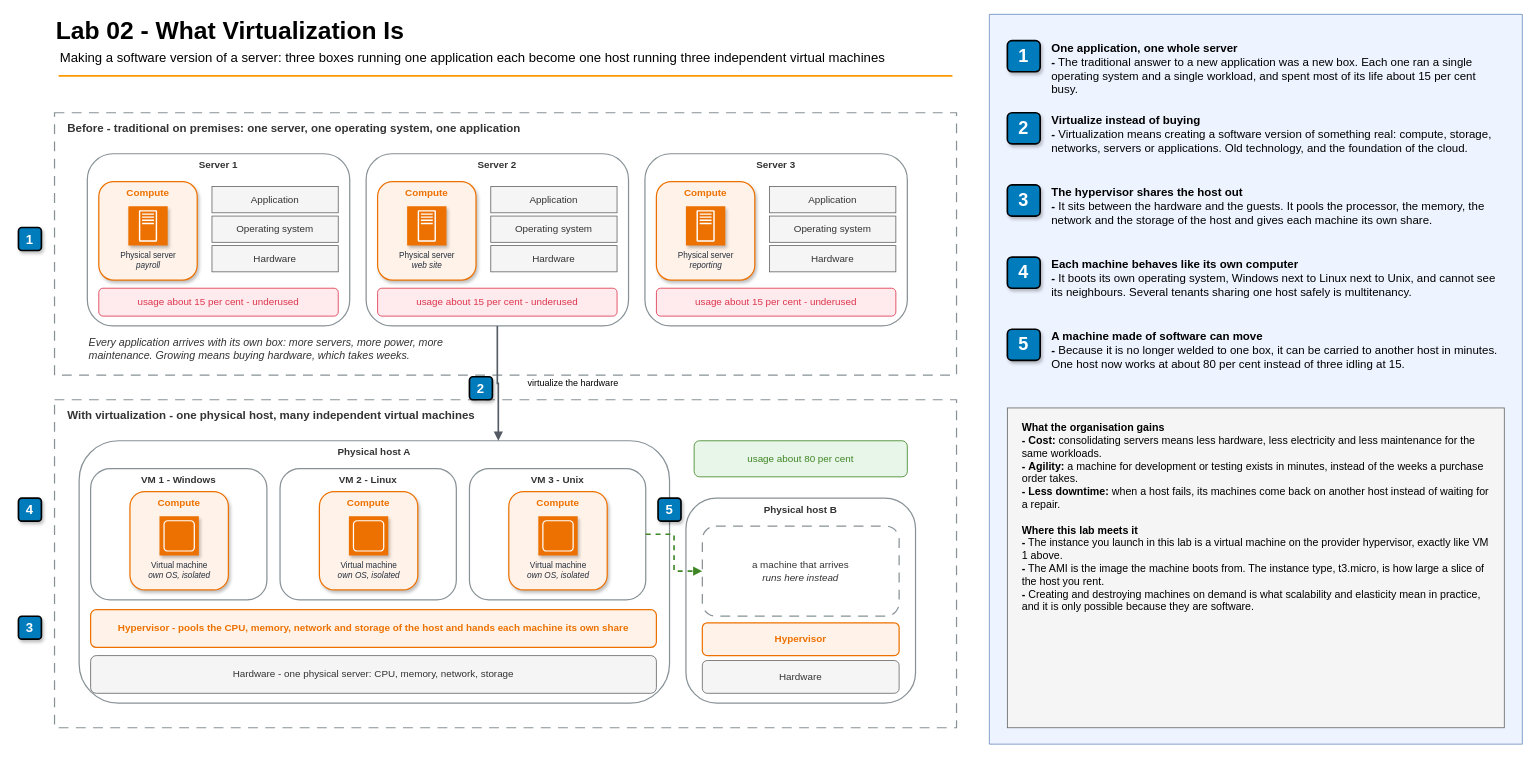
Before: 02-compute-ec2-basics/diagrams/lab02-virtualization.drawio in gamaware/system-design-course, a draw.io diagram. Source tidied: cells renumbered, new cells numbered last; positions are measured from the earlier drawing's top-left corner, leaving out a move shared by most shapes. Both pictures are drawn from the tidied source at 82%, with x=0, y=0 at pixel (18, 14).
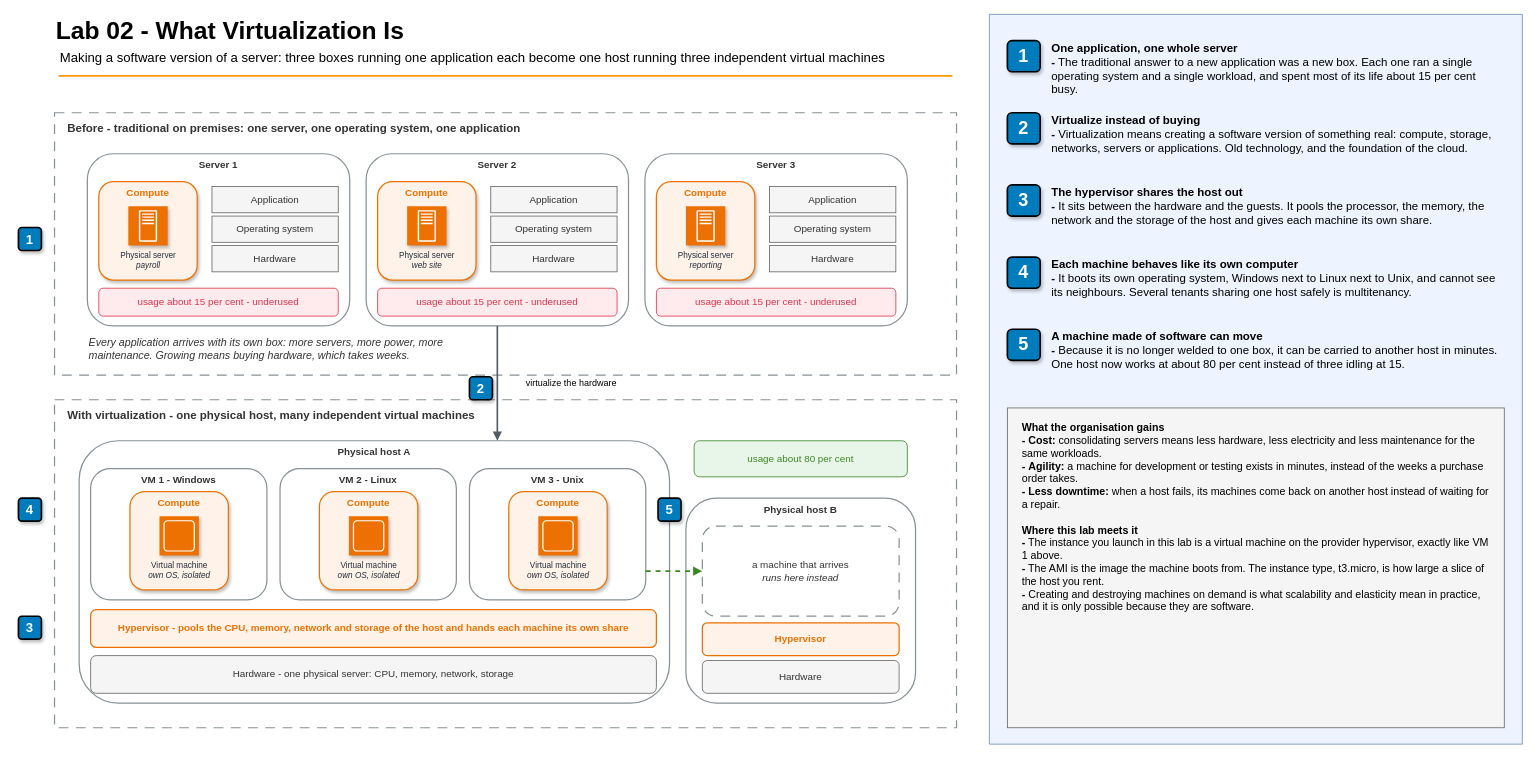
Above is the later version.

The change refers to these unchanged cells:
```xml
<mxCell id="14" value="Server 2" style="rounded=1;html=1;whiteSpace=wrap;fillColor=none;strokeColor=#879196;strokeWidth=1.5;verticalAlign=top;align=center;fontStyle=1;fontSize=12;fontColor=light-dark(#333333,#FAFAFA);fontFamily=Helvetica;" parent="1" vertex="1">
  <mxGeometry x="424" y="170" width="320" height="210" as="geometry" />
</mxCell>
<mxCell id="30" value="Physical host A" style="rounded=1;html=1;whiteSpace=wrap;fillColor=none;strokeColor=#879196;strokeWidth=1.5;verticalAlign=top;align=center;fontStyle=1;fontSize=12;fontColor=light-dark(#333333,#FAFAFA);fontFamily=Helvetica;" parent="1" vertex="1">
  <mxGeometry x="74" y="520" width="720" height="320" as="geometry" />
</mxCell>
<mxCell id="37" value="VM 3 - Unix" style="rounded=1;html=1;whiteSpace=wrap;fillColor=none;strokeColor=#879196;strokeWidth=1.5;verticalAlign=top;align=center;fontStyle=1;fontSize=12;fontColor=light-dark(#333333,#FAFAFA);fontFamily=Helvetica;" parent="30" vertex="1">
  <mxGeometry x="476" y="34" width="215" height="160" as="geometry" />
</mxCell>
<mxCell id="44" value="a machine that arrives&lt;div&gt;&lt;i&gt;runs here instead&lt;/i&gt;&lt;/div&gt;" style="rounded=1;html=1;whiteSpace=wrap;fillColor=none;strokeColor=#879196;dashed=1;dashPattern=8 6;strokeWidth=1.5;fontSize=12;fontColor=light-dark(#333333,#FAFAFA);align=center;verticalAlign=middle;fontFamily=Helvetica;" parent="43" vertex="1">
  <mxGeometry x="20" y="34" width="240" height="110" as="geometry" />
</mxCell>
```

The edit, as a diff of the source:
```diff
@@
-    <mxCell id="29" value="With virtualization - one physical host, many independent virtual machines" style="rounded=0;html=1;whiteSpace=wrap;fillColor=none;strokeColor=#879196;dashed=1;dashPattern=8 6;strokeWidth=1.5;verticalAlign=top;align=left;spacingLeft=14;spacingTop=4;fontSize=14;fontStyle=1;fontColor=light-dark(#333333,#FAFAFA);fontFamily=Helvetica;" parent="1" vertex="1">
+    <mxCell id="29" value="With virtualization - one physical host, many independent virtual machines" style="rounded=0;html=1;whiteSpace=nowrap;fillColor=none;strokeColor=#879196;dashed=1;dashPattern=8 6;strokeWidth=1.5;verticalAlign=top;align=left;spacingLeft=14;spacingTop=4;fontSize=14;fontStyle=1;fontColor=light-dark(#333333,#FAFAFA);fontFamily=Helvetica;" parent="1" vertex="1">
       <mxGeometry x="44" y="470" width="1100" height="400" as="geometry" />
     </mxCell>
@@
-    <mxCell id="47" style="edgeStyle=orthogonalEdgeStyle;html=1;rounded=0;jettySize=auto;elbow=vertical;endArrow=block;endFill=1;strokeColor=#545B64;strokeWidth=2;fontFamily=Helvetica;exitX=0.5;exitY=1;exitDx=0;exitDy=0;entryX=0.71;entryY=0;entryDx=0;entryDy=0;startArrow=none;" parent="1" edge="1" source="14" target="30">
+    <mxCell id="47" style="edgeStyle=orthogonalEdgeStyle;html=1;rounded=0;jettySize=auto;elbow=vertical;endArrow=block;endFill=1;strokeColor=#545B64;strokeWidth=2;fontFamily=Helvetica;exitX=0.5;exitY=1;exitDx=0;exitDy=0;entryX=0.7083333;entryY=0;entryDx=0;entryDy=0;startArrow=none;jumpStyle=arc;jumpSize=10;labelBackgroundColor=default;fontSize=11;" parent="1" edge="1" source="14" target="30">
       <mxGeometry relative="1" as="geometry" />
     </mxCell>
-    <mxCell id="48" value="virtualize the hardware" style="edgeLabel;html=1;align=center;verticalAlign=middle;labelBackgroundColor=none;fontSize=11;fontFamily=Helvetica;" parent="47" vertex="1">
+    <mxCell id="48" value="virtualize the hardware" style="edgeLabel;html=1;align=center;verticalAlign=middle;labelBackgroundColor=default;fontSize=11;fontFamily=Helvetica;" parent="47" vertex="1">
       <mxGeometry relative="1" as="geometry">
         <mxPoint x="90" as="offset" />
       </mxGeometry>
     </mxCell>
-    <mxCell id="49" style="edgeStyle=orthogonalEdgeStyle;html=1;rounded=0;jettySize=auto;elbow=vertical;endArrow=block;endFill=1;dashed=1;strokeColor=#3F8624;strokeWidth=2;fontFamily=Helvetica;exitX=1;exitY=0.5;exitDx=0;exitDy=0;entryX=0;entryY=0.5;entryDx=0;entryDy=0;startArrow=none;" parent="1" edge="1" source="37" target="44">
+    <mxCell id="49" style="edgeStyle=orthogonalEdgeStyle;html=1;rounded=0;jettySize=auto;elbow=vertical;endArrow=block;endFill=1;dashed=1;strokeColor=#3F8624;strokeWidth=2;fontFamily=Helvetica;exitX=1;exitY=0.78125;exitDx=0;exitDy=0;entryX=0;entryY=0.5;entryDx=0;entryDy=0;startArrow=none;jumpStyle=arc;jumpSize=10;labelBackgroundColor=default;fontSize=11;" parent="1" edge="1" source="37" target="44">
       <mxGeometry relative="1" as="geometry" />
     </mxCell>
```
